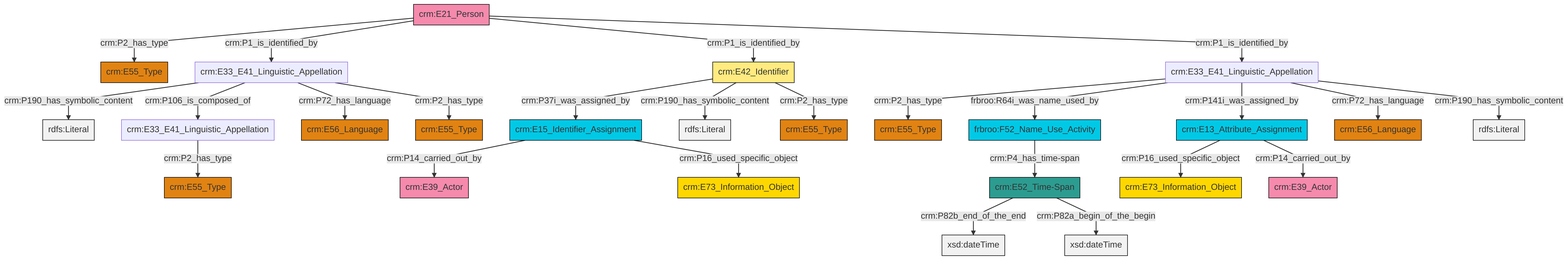
swiss-art-research-net/docs.swissartresearch keeps this Mermaid diagram as et/personCSV/ttl/mmd/png/Person_Names_and_Classification.png. Above is the earlier version. Its source is kept beside it as et/personCSV/ttl/mmd/Person_Names_and_Classification.ttl.mmd.
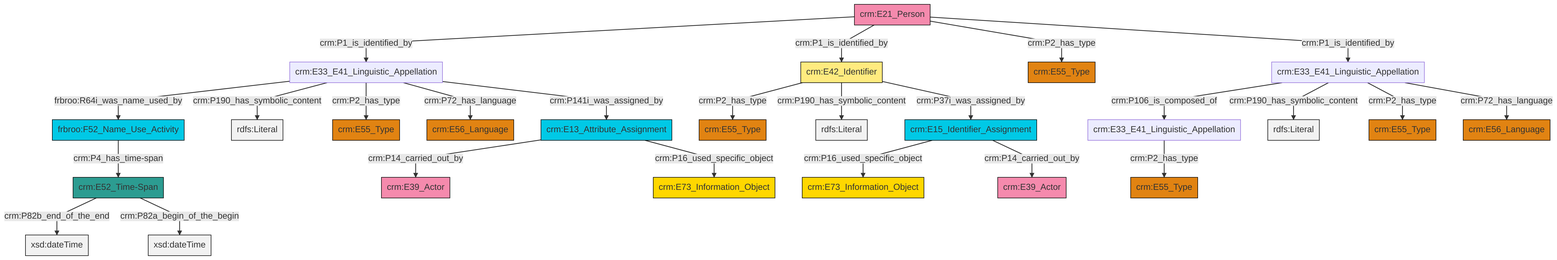
Above is the later version.

What changed in the source:
```diff
@@ -13,27 +13,27 @@
 classDef PC_Classes fill:#4ce600, stroke:#000000;
 classDef Multi fill:#cccccc,stroke:#000000;
 
-2["crm:E21_Person"]:::Actor -->|crm:P2_has_type| 3["crm:E55_Type"]:::Type
-9["crm:E15_Identifier_Assignment"]:::Temporal_Entity -->|crm:P14_carried_out_by| 10["crm:E39_Actor"]:::Actor
-11["crm:E33_E41_Linguistic_Appellation"]:::Default -->|crm:P2_has_type| 12["crm:E55_Type"]:::Type
-11["crm:E33_E41_Linguistic_Appellation"]:::Default -->|frbroo:R64i_was_name_used_by| 15["frbroo:F52_Name_Use_Activity"]:::Temporal_Entity
-2["crm:E21_Person"]:::Actor -->|crm:P1_is_identified_by| 7["crm:E33_E41_Linguistic_Appellation"]:::Default
-19["crm:E42_Identifier"]:::Appellation -->|crm:P37i_was_assigned_by| 9["crm:E15_Identifier_Assignment"]:::Temporal_Entity
-19["crm:E42_Identifier"]:::Appellation -->|crm:P190_has_symbolic_content| 22[rdfs:Literal]:::Literal
-7["crm:E33_E41_Linguistic_Appellation"]:::Default -->|crm:P190_has_symbolic_content| 23[rdfs:Literal]:::Literal
-24["crm:E33_E41_Linguistic_Appellation"]:::Default -->|crm:P2_has_type| 25["crm:E55_Type"]:::Type
-9["crm:E15_Identifier_Assignment"]:::Temporal_Entity -->|crm:P16_used_specific_object| 27["crm:E73_Information_Object"]:::Conceptual_Object
-0["crm:E52_Time-Span"]:::Time-Span -->|crm:P82b_end_of_the_end| 28[xsd:dateTime]:::Literal
-7["crm:E33_E41_Linguistic_Appellation"]:::Default -->|crm:P106_is_composed_of| 24["crm:E33_E41_Linguistic_Appellation"]:::Default
-11["crm:E33_E41_Linguistic_Appellation"]:::Default -->|crm:P141i_was_assigned_by| 29["crm:E13_Attribute_Assignment"]:::Temporal_Entity
-11["crm:E33_E41_Linguistic_Appellation"]:::Default -->|crm:P72_has_language| 13["crm:E56_Language"]:::Type
-19["crm:E42_Identifier"]:::Appellation -->|crm:P2_has_type| 20["crm:E55_Type"]:::Type
-11["crm:E33_E41_Linguistic_Appellation"]:::Default -->|crm:P190_has_symbolic_content| 34[rdfs:Literal]:::Literal
-29["crm:E13_Attribute_Assignment"]:::Temporal_Entity -->|crm:P16_used_specific_object| 30["crm:E73_Information_Object"]:::Conceptual_Object
-2["crm:E21_Person"]:::Actor -->|crm:P1_is_identified_by| 19["crm:E42_Identifier"]:::Appellation
-29["crm:E13_Attribute_Assignment"]:::Temporal_Entity -->|crm:P14_carried_out_by| 36["crm:E39_Actor"]:::Actor
-2["crm:E21_Person"]:::Actor -->|crm:P1_is_identified_by| 11["crm:E33_E41_Linguistic_Appellation"]:::Default
-7["crm:E33_E41_Linguistic_Appellation"]:::Default -->|crm:P72_has_language| 41["crm:E56_Language"]:::Type
-7["crm:E33_E41_Linguistic_Appellation"]:::Default -->|crm:P2_has_type| 4["crm:E55_Type"]:::Type
-0["crm:E52_Time-Span"]:::Time-Span -->|crm:P82a_begin_of_the_begin| 44[xsd:dateTime]:::Literal
-15["frbroo:F52_Name_Use_Activity"]:::Temporal_Entity -->|crm:P4_has_time-span| 0["crm:E52_Time-Span"]:::Time-Span
+4["crm:E21_Person"]:::Actor -->|crm:P1_is_identified_by| 5["crm:E33_E41_Linguistic_Appellation"]:::Default
+5["crm:E33_E41_Linguistic_Appellation"]:::Default -->|frbroo:R64i_was_name_used_by| 10["frbroo:F52_Name_Use_Activity"]:::Temporal_Entity
+2["crm:E13_Attribute_Assignment"]:::Temporal_Entity -->|crm:P14_carried_out_by| 11["crm:E39_Actor"]:::Actor
+12["crm:E33_E41_Linguistic_Appellation"]:::Default -->|crm:P2_has_type| 13["crm:E55_Type"]:::Type
+14["crm:E42_Identifier"]:::Appellation -->|crm:P2_has_type| 15["crm:E55_Type"]:::Type
+8["crm:E15_Identifier_Assignment"]:::Temporal_Entity -->|crm:P16_used_specific_object| 16["crm:E73_Information_Object"]:::Conceptual_Object
+10["frbroo:F52_Name_Use_Activity"]:::Temporal_Entity -->|crm:P4_has_time-span| 0["crm:E52_Time-Span"]:::Time-Span
+25["crm:E33_E41_Linguistic_Appellation"]:::Default -->|crm:P106_is_composed_of| 12["crm:E33_E41_Linguistic_Appellation"]:::Default
+25["crm:E33_E41_Linguistic_Appellation"]:::Default -->|crm:P190_has_symbolic_content| 29[rdfs:Literal]:::Literal
+5["crm:E33_E41_Linguistic_Appellation"]:::Default -->|crm:P190_has_symbolic_content| 30[rdfs:Literal]:::Literal
+25["crm:E33_E41_Linguistic_Appellation"]:::Default -->|crm:P2_has_type| 27["crm:E55_Type"]:::Type
+14["crm:E42_Identifier"]:::Appellation -->|crm:P190_has_symbolic_content| 32[rdfs:Literal]:::Literal
+8["crm:E15_Identifier_Assignment"]:::Temporal_Entity -->|crm:P14_carried_out_by| 33["crm:E39_Actor"]:::Actor
+0["crm:E52_Time-Span"]:::Time-Span -->|crm:P82b_end_of_the_end| 34[xsd:dateTime]:::Literal
+5["crm:E33_E41_Linguistic_Appellation"]:::Default -->|crm:P2_has_type| 36["crm:E55_Type"]:::Type
+2["crm:E13_Attribute_Assignment"]:::Temporal_Entity -->|crm:P16_used_specific_object| 20["crm:E73_Information_Object"]:::Conceptual_Object
+5["crm:E33_E41_Linguistic_Appellation"]:::Default -->|crm:P72_has_language| 17["crm:E56_Language"]:::Type
+14["crm:E42_Identifier"]:::Appellation -->|crm:P37i_was_assigned_by| 8["crm:E15_Identifier_Assignment"]:::Temporal_Entity
+5["crm:E33_E41_Linguistic_Appellation"]:::Default -->|crm:P141i_was_assigned_by| 2["crm:E13_Attribute_Assignment"]:::Temporal_Entity
+4["crm:E21_Person"]:::Actor -->|crm:P1_is_identified_by| 14["crm:E42_Identifier"]:::Appellation
+25["crm:E33_E41_Linguistic_Appellation"]:::Default -->|crm:P72_has_language| 6["crm:E56_Language"]:::Type
+4["crm:E21_Person"]:::Actor -->|crm:P2_has_type| 23["crm:E55_Type"]:::Type
+4["crm:E21_Person"]:::Actor -->|crm:P1_is_identified_by| 25["crm:E33_E41_Linguistic_Appellation"]:::Default
+0["crm:E52_Time-Span"]:::Time-Span -->|crm:P82a_begin_of_the_begin| 46[xsd:dateTime]:::Literal
```
